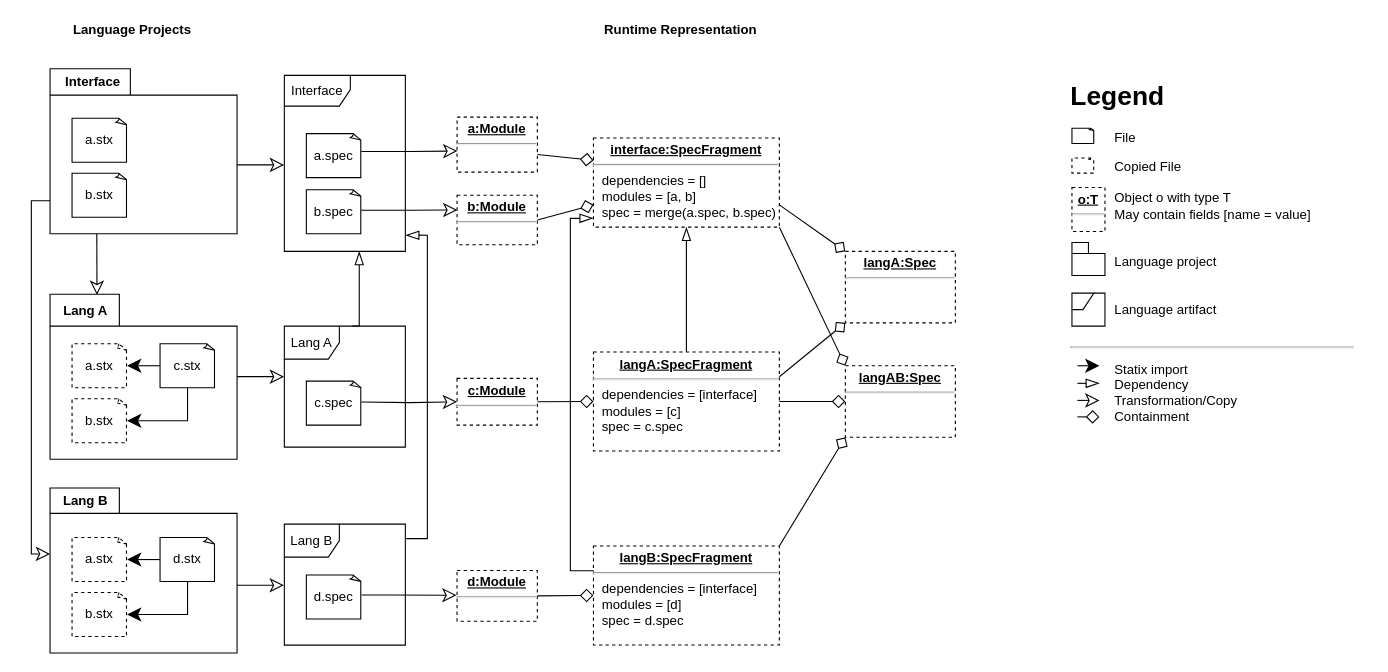
Above: page "Spec management" (21 of 22) of Spoofax3 Diagrams.drawio in AZWN/Spoofax-pie-diagrams (draw.io), before the change. Source tidied: cells renumbered, new cells numbered last; positions are measured from the earlier drawing's top-left corner, leaving out a move shared by most shapes. Both pictures are drawn from the tidied source at 110%, with x=0, y=0 at pixel (31, 19).
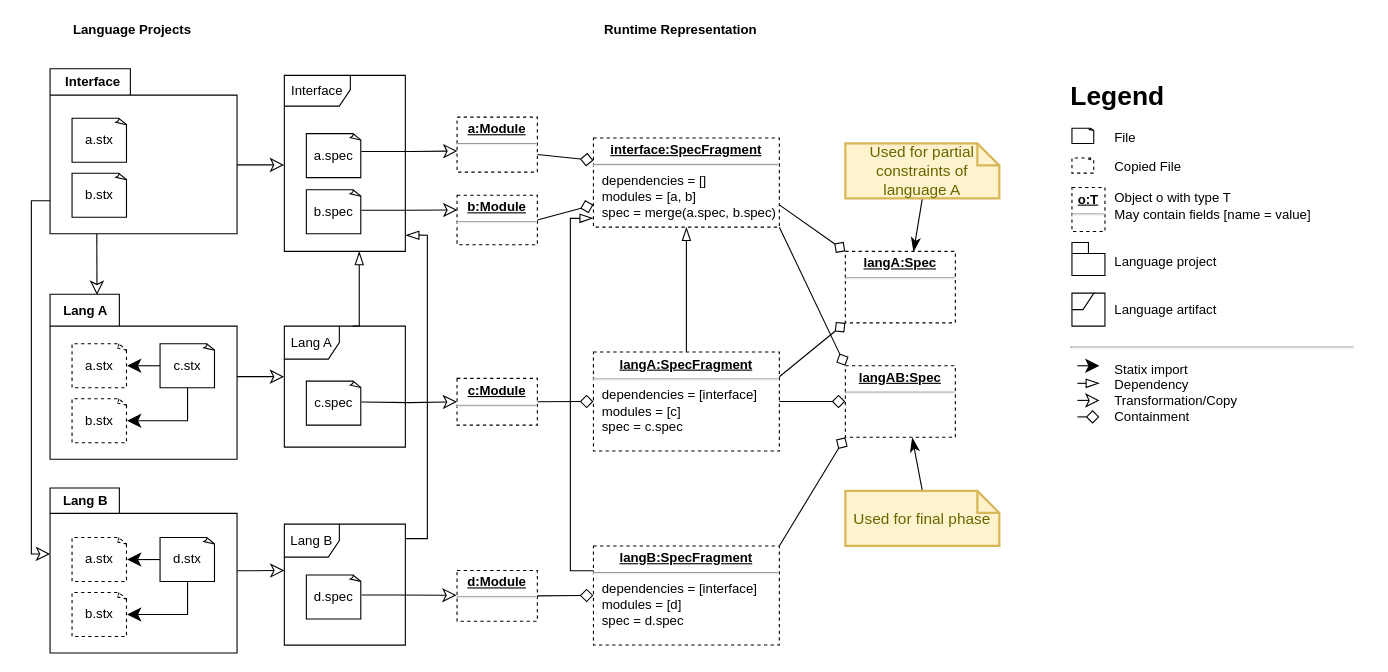
After the change.

Commit message:
Add explanatory notes to final Specs

The change refers to these unchanged cells:
```xml
<mxCell id="2" value="Lang B " style="shape=umlFrame;whiteSpace=wrap;html=1;width=50;height=30;" parent="1" vertex="1">
  <mxGeometry x="230" y="459" width="110" height="110" as="geometry" />
</mxCell>
<mxCell id="30" value="&lt;p style=&quot;margin: 0px ; margin-top: 4px ; text-align: center ; text-decoration: underline&quot;&gt;&lt;b&gt;langA:Spec&lt;/b&gt;&lt;/p&gt;&lt;hr&gt;&lt;p style=&quot;margin: 0px ; margin-left: 8px&quot;&gt;&lt;br&gt;&lt;/p&gt;" style="verticalAlign=top;align=left;overflow=fill;fontSize=12;fontFamily=Helvetica;html=1;dashed=1;" parent="1" vertex="1">
  <mxGeometry x="740" y="211" width="100" height="65" as="geometry" />
</mxCell>
<mxCell id="32" value="Lang B" style="shape=folder;fontStyle=1;tabWidth=63;tabHeight=23;tabPosition=left;html=1;boundedLbl=1;labelInHeader=1;" parent="1" vertex="1">
  <mxGeometry x="17" y="426.2" width="170" height="150" as="geometry" />
</mxCell>
<mxCell id="46" value="&lt;p style=&quot;margin: 0px ; margin-top: 4px ; text-align: center ; text-decoration: underline&quot;&gt;&lt;b&gt;langAB:Spec&lt;/b&gt;&lt;/p&gt;&lt;hr&gt;&lt;p style=&quot;margin: 0px ; margin-left: 8px&quot;&gt;&lt;br&gt;&lt;/p&gt;" style="verticalAlign=top;align=left;overflow=fill;fontSize=12;fontFamily=Helvetica;html=1;dashed=1;" parent="1" vertex="1">
  <mxGeometry x="740" y="315" width="100" height="65" as="geometry" />
</mxCell>
```

What changed in the source:
```diff
@@
-    <mxCell id="61" style="edgeStyle=orthogonalEdgeStyle;rounded=0;jettySize=auto;html=1;endArrow=classic;endFill=0;entryX=-0.004;entryY=0.505;entryDx=0;entryDy=0;entryPerimeter=0;exitX=0.999;exitY=0.589;exitDx=0;exitDy=0;exitPerimeter=0;endSize=10;startSize=10;" parent="1" edge="1" source="32" target="2">
-      <mxGeometry relative="1" as="geometry" />
+    <mxCell id="61" style="edgeStyle=orthogonalEdgeStyle;rounded=0;jettySize=auto;html=1;endArrow=classic;endFill=0;endSize=10;startSize=10;exitX=1.001;exitY=0.501;exitDx=0;exitDy=0;exitPerimeter=0;" parent="1" edge="1" source="32">
+      <mxGeometry relative="1" as="geometry">
+        <mxPoint x="230" y="501.1" as="targetPoint" />
+        <Array as="points">
+          <mxPoint x="197" y="501" />
+        </Array>
+      </mxGeometry>
     </mxCell>
@@
+    <mxCell id="67" style="edgeStyle=none;rounded=0;jettySize=auto;html=1;exitX=0.5;exitY=1;exitDx=0;exitDy=0;exitPerimeter=0;entryX=0.62;entryY=0.006;entryDx=0;entryDy=0;entryPerimeter=0;startArrow=none;startFill=0;startSize=10;endArrow=classicThin;endFill=1;endSize=10;" parent="1" edge="1" source="68" target="30">
+      <mxGeometry relative="1" as="geometry" />
+    </mxCell>
+    <mxCell id="68" value="Used for partial constraints of language A" style="shape=note;strokeWidth=2;fontSize=14;size=20;whiteSpace=wrap;html=1;fillColor=#fff2cc;strokeColor=#d6b656;fontColor=#666600;" parent="1" vertex="1">
+      <mxGeometry x="740" y="112.9" width="140" height="50" as="geometry" />
+    </mxCell>
+    <mxCell id="69" style="edgeStyle=none;rounded=0;jettySize=auto;html=1;exitX=0.5;exitY=0;exitDx=0;exitDy=0;exitPerimeter=0;entryX=0.608;entryY=1.006;entryDx=0;entryDy=0;entryPerimeter=0;startArrow=none;startFill=0;startSize=10;endArrow=classicThin;endFill=1;endSize=10;" parent="1" edge="1" source="70" target="46">
+      <mxGeometry relative="1" as="geometry" />
+    </mxCell>
+    <mxCell id="70" value="Used for final phase" style="shape=note;strokeWidth=2;fontSize=14;size=20;whiteSpace=wrap;html=1;fillColor=#fff2cc;strokeColor=#d6b656;fontColor=#666600;" parent="1" vertex="1">
+      <mxGeometry x="740" y="428.8" width="140" height="50" as="geometry" />
+    </mxCell>
```
